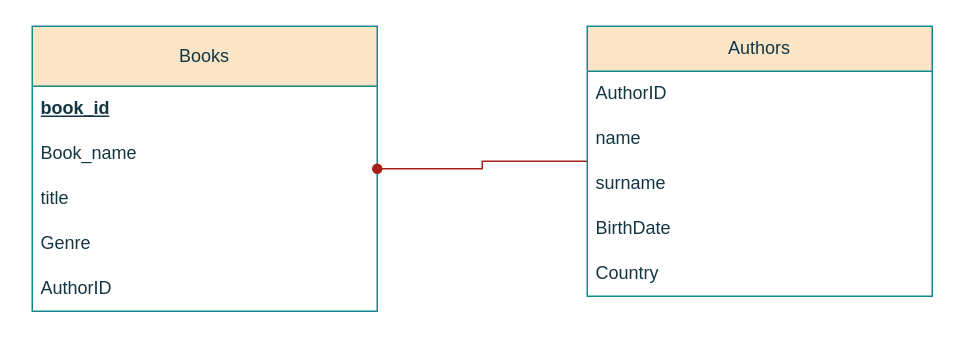
Before: Диаграмма без названия.drawio in almasdii/gitdemo, a draw.io diagram. Source tidied: cells renumbered, new cells numbered last; positions are measured from the earlier drawing's top-left corner, leaving out a move shared by most shapes. Both pictures are drawn from the tidied source at 150%, with x=0, y=0 at pixel (32, 26).
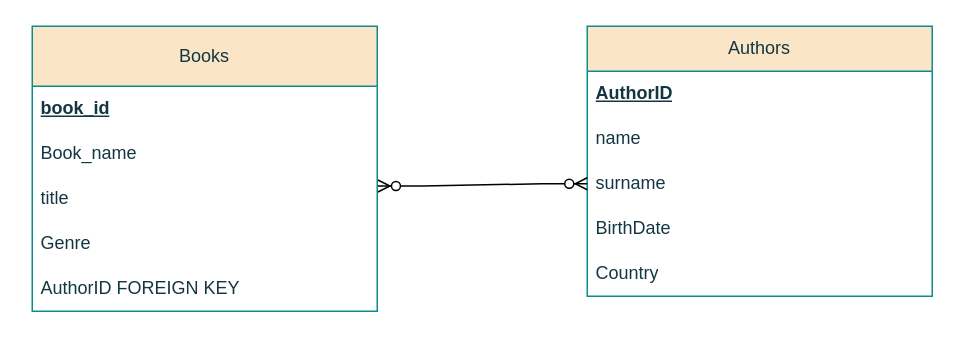
After the change.

Change to the diagram source:
```diff
@@
 <mxGraphModel>
   <root>
     <mxCell id="0" />
     <mxCell id="1" parent="0" />
     <mxCell id="2" value="Books" style="swimlane;fontStyle=0;horizontal=1;startSize=40;whiteSpace=wrap;html=1;labelBackgroundColor=none;fillColor=#FAE5C7;strokeColor=#0F8B8D;fontColor=#143642;" parent="1" vertex="1">
       <mxGeometry width="230" height="190" as="geometry" />
     </mxCell>
     <mxCell id="3" value="&lt;b&gt;&lt;u&gt;book_id&lt;/u&gt;&lt;/b&gt;" style="text;strokeColor=none;fillColor=none;align=left;verticalAlign=middle;spacingLeft=4;spacingRight=4;overflow=hidden;whiteSpace=wrap;html=1;labelBackgroundColor=none;fontColor=#143642;" parent="2" vertex="1">
       <mxGeometry y="40" width="230" height="30" as="geometry" />
     </mxCell>
     <mxCell id="4" value="Book_name" style="text;strokeColor=none;fillColor=none;align=left;verticalAlign=middle;spacingLeft=4;spacingRight=4;overflow=hidden;whiteSpace=wrap;html=1;labelBackgroundColor=none;fontColor=#143642;shadow=1;" parent="2" vertex="1">
       <mxGeometry y="70" width="230" height="30" as="geometry" />
     </mxCell>
     <mxCell id="5" value="title" style="text;strokeColor=none;fillColor=none;align=left;verticalAlign=middle;spacingLeft=4;spacingRight=4;overflow=hidden;points=[[0,0.5],[1,0.5]];portConstraint=eastwest;whiteSpace=wrap;html=1;labelBackgroundColor=none;fontColor=#143642;shadow=1;" parent="2" vertex="1">
       <mxGeometry y="100" width="230" height="30" as="geometry" />
     </mxCell>
     <mxCell id="6" value="Genre" style="text;strokeColor=none;fillColor=none;align=left;verticalAlign=middle;spacingLeft=4;spacingRight=4;overflow=hidden;whiteSpace=wrap;html=1;labelBackgroundColor=none;fontColor=#143642;" parent="2" vertex="1">
       <mxGeometry y="130" width="230" height="30" as="geometry" />
     </mxCell>
-    <mxCell id="7" value="AuthorID" style="text;strokeColor=none;fillColor=none;align=left;verticalAlign=middle;spacingLeft=4;spacingRight=4;overflow=hidden;whiteSpace=wrap;html=1;labelBackgroundColor=none;fontColor=#143642;" parent="2" vertex="1">
+    <mxCell id="7" value="AuthorID FOREIGN KEY" style="text;strokeColor=none;fillColor=none;align=left;verticalAlign=middle;spacingLeft=4;spacingRight=4;overflow=hidden;whiteSpace=wrap;html=1;labelBackgroundColor=none;fontColor=#143642;" parent="2" vertex="1">
       <mxGeometry y="160" width="230" height="30" as="geometry" />
     </mxCell>
-    <mxCell id="8" style="edgeStyle=orthogonalEdgeStyle;rounded=0;jettySize=auto;html=1;strokeColor=#A8201A;fontColor=#143642;fillColor=#FAE5C7;endArrow=oval;endFill=1;" parent="1" edge="1" source="9" target="2">
-      <mxGeometry relative="1" as="geometry" />
-    </mxCell>
     <mxCell id="9" value="Authors" style="swimlane;fontStyle=0;horizontal=1;startSize=30;whiteSpace=wrap;html=1;labelBackgroundColor=none;fillColor=#FAE5C7;strokeColor=#0F8B8D;fontColor=#143642;" parent="1" vertex="1">
       <mxGeometry x="370" width="230" height="180" as="geometry" />
     </mxCell>
-    <mxCell id="10" value="AuthorID" style="text;strokeColor=none;fillColor=none;align=left;verticalAlign=middle;spacingLeft=4;spacingRight=4;overflow=hidden;whiteSpace=wrap;html=1;labelBackgroundColor=none;fontColor=#143642;" parent="9" vertex="1">
+    <mxCell id="10" value="&lt;b&gt;&lt;u&gt;AuthorID&lt;/u&gt;&lt;/b&gt;" style="text;strokeColor=none;fillColor=none;align=left;verticalAlign=middle;spacingLeft=4;spacingRight=4;overflow=hidden;whiteSpace=wrap;html=1;labelBackgroundColor=none;fontColor=#143642;" parent="9" vertex="1">
       <mxGeometry y="30" width="230" height="30" as="geometry" />
     </mxCell>
     <mxCell id="11" value="name" style="text;strokeColor=none;fillColor=none;align=left;verticalAlign=middle;spacingLeft=4;spacingRight=4;overflow=hidden;whiteSpace=wrap;html=1;labelBackgroundColor=none;fontColor=#143642;" parent="9" vertex="1">
       <mxGeometry y="60" width="230" height="30" as="geometry" />
     </mxCell>
     <mxCell id="12" value="surname" style="text;strokeColor=none;fillColor=none;align=left;verticalAlign=middle;spacingLeft=4;spacingRight=4;overflow=hidden;points=[[0,0.5],[1,0.5]];portConstraint=eastwest;whiteSpace=wrap;html=1;labelBackgroundColor=none;fontColor=#143642;" parent="9" vertex="1">
       <mxGeometry y="90" width="230" height="30" as="geometry" />
     </mxCell>
     <mxCell id="13" value="BirthDate" style="text;strokeColor=none;fillColor=none;align=left;verticalAlign=middle;spacingLeft=4;spacingRight=4;overflow=hidden;whiteSpace=wrap;html=1;labelBackgroundColor=none;fontColor=#143642;" parent="9" vertex="1">
       <mxGeometry y="120" width="230" height="30" as="geometry" />
     </mxCell>
     <mxCell id="14" value="Country" style="text;strokeColor=none;fillColor=none;align=left;verticalAlign=middle;spacingLeft=4;spacingRight=4;overflow=hidden;whiteSpace=wrap;html=1;labelBackgroundColor=none;fontColor=#143642;" parent="9" vertex="1">
       <mxGeometry y="150" width="230" height="30" as="geometry" />
     </mxCell>
+    <mxCell id="15" style="edgeStyle=entityRelationEdgeStyle;fontSize=12;html=1;endArrow=ERzeroToMany;endFill=1;startArrow=ERzeroToMany;rounded=0;entryX=0;entryY=0.5;entryDx=0;entryDy=0;exitX=1.002;exitY=0.217;exitDx=0;exitDy=0;exitPerimeter=0;" parent="1" edge="1" source="5" target="12">
+      <mxGeometry relative="1" as="geometry" />
+    </mxCell>
   </root>
 </mxGraphModel>
```
